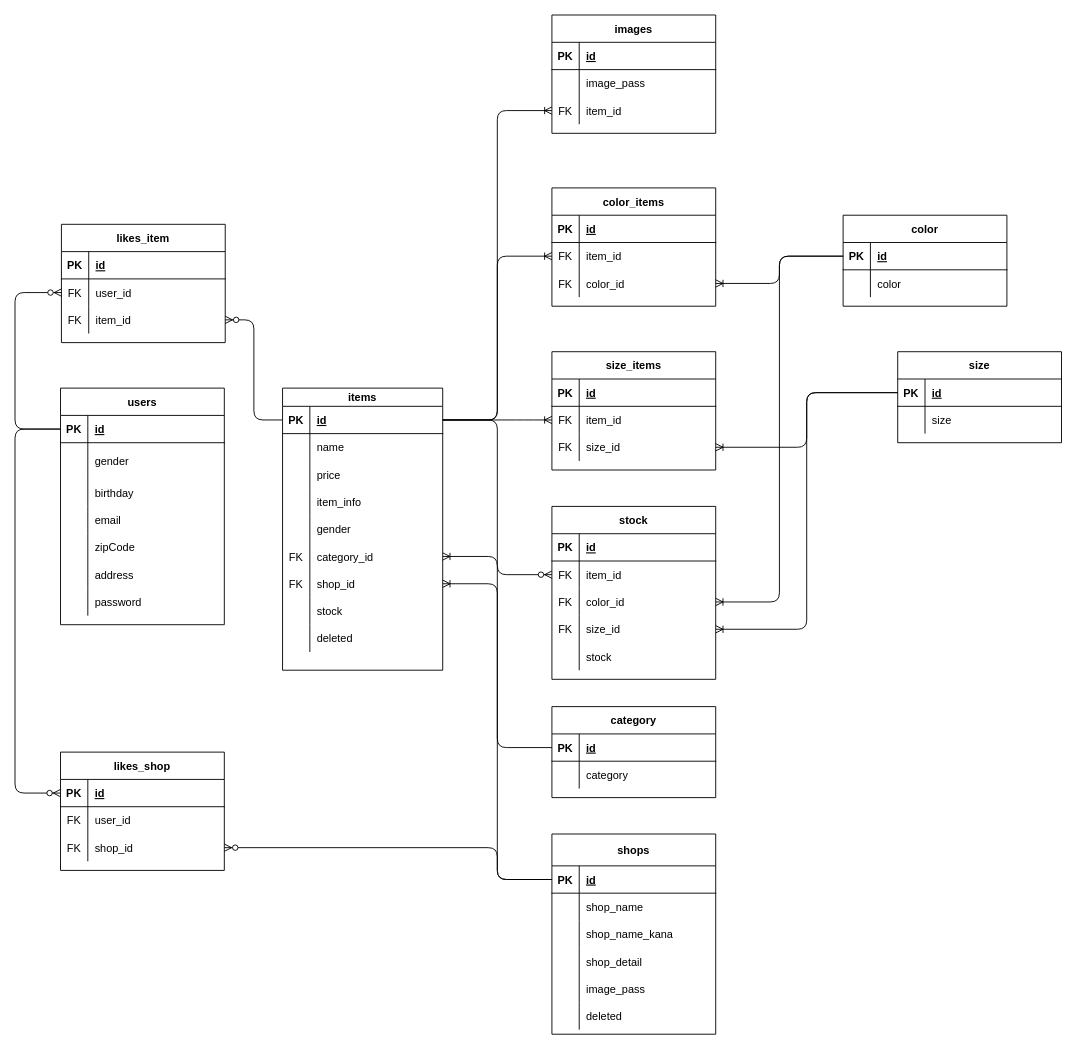
daimatsunaga/mozotown keeps this draw.io diagram as design/mozo.drawio. Above is the earlier version. Source tidied: cells renumbered, new cells numbered last; positions are measured from the earlier drawing's top-left corner, leaving out a move shared by most shapes. Both pictures are drawn from the tidied source at 91%, with x=0, y=0 at pixel (15, 15).
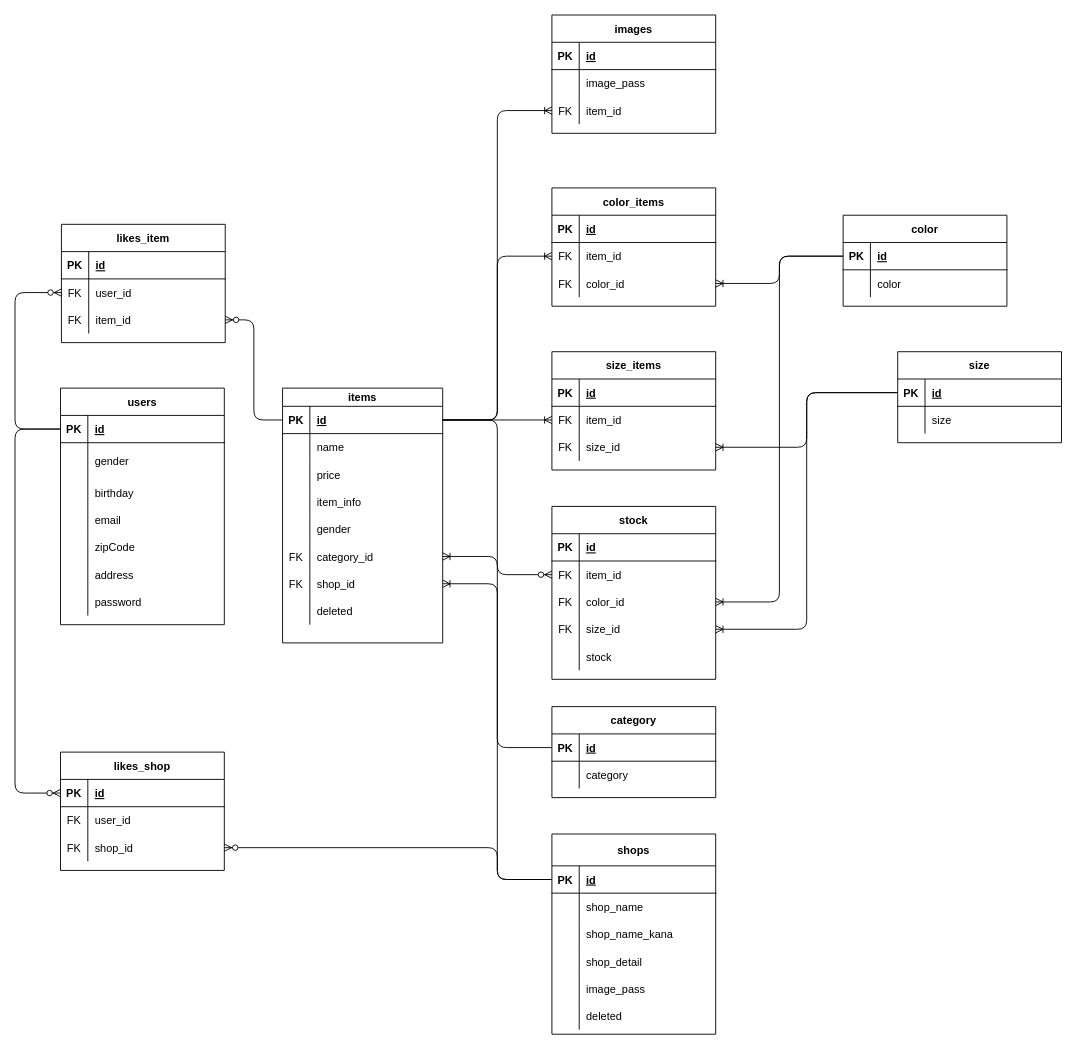
The same page after the edit.

What changed in the source:
```diff
@@
     <mxCell id="24" value="items" style="shape=table;startSize=20;childLayout=tableLayout;rowLines=0;fontStyle=1;align=center;" parent="1" vertex="1">
-      <mxGeometry x="294" y="410" width="176" height="310" as="geometry" />
+      <mxGeometry x="294" y="410" width="176" height="280" as="geometry" />
     </mxCell>
@@
-    <mxCell id="46" style="shape=partialRectangle;fillColor=none;top=0;left=0;bottom=0;right=0;" parent="24" vertex="1">
-      <mxGeometry y="230" width="176" height="30" as="geometry" />
-    </mxCell>
-    <mxCell id="47" style="shape=partialRectangle;fillColor=none;top=0;left=0;bottom=0;right=0;overflow=hidden;" parent="46" vertex="1">
-      <mxGeometry width="30" height="30" as="geometry" />
-    </mxCell>
-    <mxCell id="48" value="stock" style="shape=partialRectangle;fillColor=none;top=0;left=0;bottom=0;right=0;align=left;spacingLeft=6;overflow=hidden;" parent="46" vertex="1">
-      <mxGeometry x="30" width="146" height="30" as="geometry" />
-    </mxCell>
     <mxCell id="49" style="shape=partialRectangle;fillColor=none;top=0;left=0;bottom=0;right=0;" parent="24" vertex="1">
-      <mxGeometry y="260" width="176" height="30" as="geometry" />
+      <mxGeometry y="230" width="176" height="30" as="geometry" />
     </mxCell>
```
